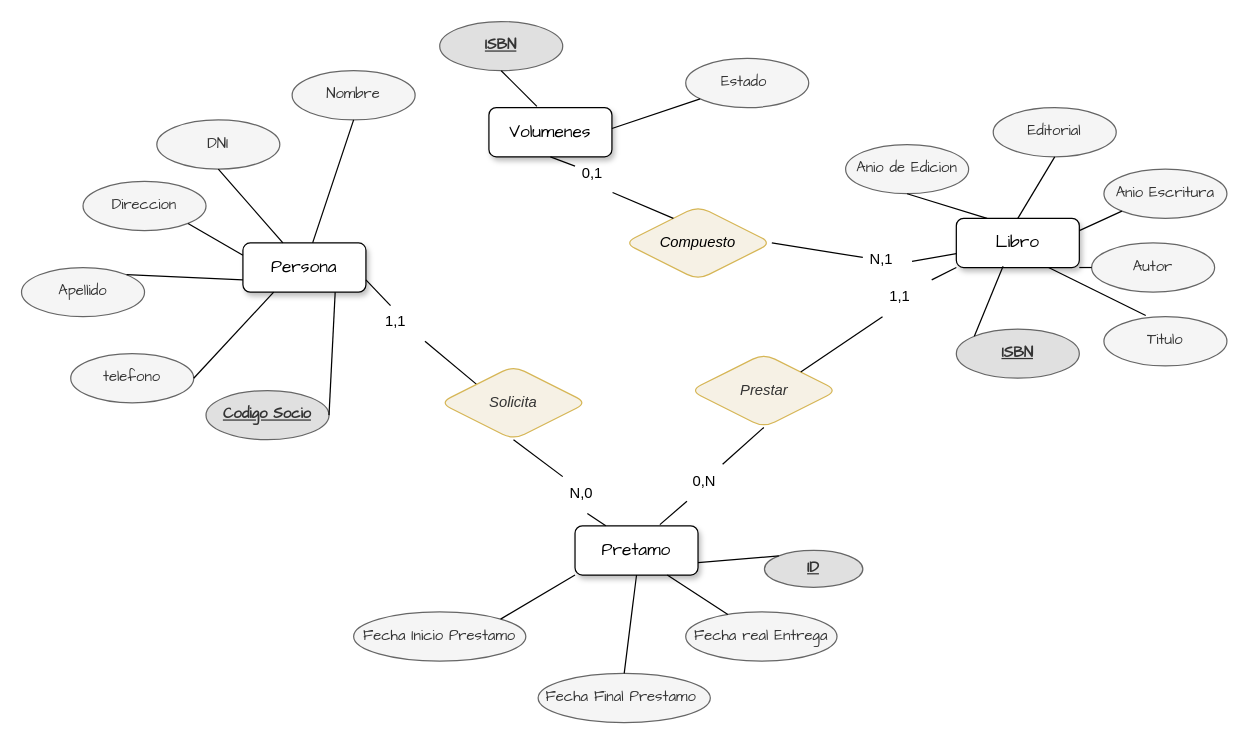
This is Actividad_01_C3_UD12.drawio from jordimall/jmg-tsys-ta12diagramasER-drawio-111023, a draw.io file, before an edit. Source tidied: cells renumbered, new cells numbered last; positions are measured from the earlier drawing's top-left corner, leaving out a move shared by most shapes. Both pictures are drawn from the tidied source at 123%, with x=0, y=0 at pixel (21, 21).
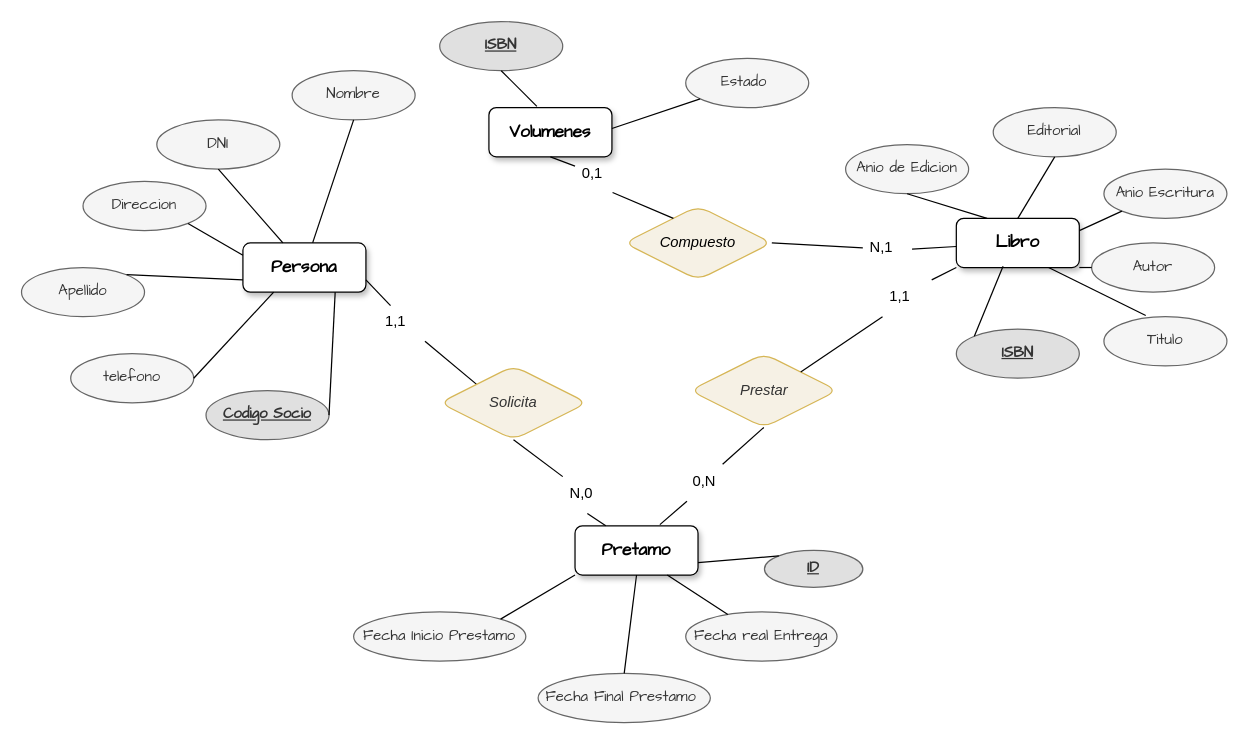
The same diagram, later.

The edit, as a diff of the source:
```diff
@@
-    <mxCell id="2" value="Persona" style="whiteSpace=wrap;html=1;align=center;fillStyle=auto;rounded=1;shadow=1;glass=0;strokeColor=default;labelBorderColor=none;labelBackgroundColor=none;fontSize=14;fontFamily=Comic Sans MS;" parent="1" vertex="1">
+    <mxCell id="2" value="Persona" style="whiteSpace=wrap;html=1;align=center;fillStyle=auto;rounded=1;shadow=1;glass=0;strokeColor=default;labelBorderColor=none;labelBackgroundColor=none;fontSize=14;fontFamily=Comic Sans MS;fontStyle=1;" parent="1" vertex="1">
       <mxGeometry x="180" y="180" width="100" height="40" as="geometry" />
     </mxCell>
-    <mxCell id="3" value="Libro" style="whiteSpace=wrap;html=1;align=center;rounded=1;shadow=1;labelBorderColor=none;labelBackgroundColor=none;fontSize=14;fontFamily=Comic Sans MS;" parent="1" vertex="1">
+    <mxCell id="3" value="Libro" style="whiteSpace=wrap;html=1;align=center;rounded=1;shadow=1;labelBorderColor=none;labelBackgroundColor=none;fontSize=14;fontFamily=Comic Sans MS;fontStyle=1;" parent="1" vertex="1">
       <mxGeometry x="760" y="160" width="100" height="40" as="geometry" />
     </mxCell>
-    <mxCell id="4" value="Pretamo" style="whiteSpace=wrap;html=1;align=center;rounded=1;shadow=1;labelBorderColor=none;labelBackgroundColor=none;fontSize=14;fontFamily=Comic Sans MS;" parent="1" vertex="1">
+    <mxCell id="4" value="Pretamo" style="whiteSpace=wrap;html=1;align=center;rounded=1;shadow=1;labelBorderColor=none;labelBackgroundColor=none;fontSize=14;fontFamily=Comic Sans MS;fontStyle=1;" parent="1" vertex="1">
       <mxGeometry x="450" y="410" width="100" height="40" as="geometry" />
     </mxCell>
@@
-    <mxCell id="44" value="Volumenes" style="whiteSpace=wrap;html=1;align=center;shadow=1;rounded=1;labelBorderColor=none;labelBackgroundColor=none;fontSize=14;fontFamily=Comic Sans MS;" parent="1" vertex="1">
+    <mxCell id="44" value="Volumenes" style="whiteSpace=wrap;html=1;align=center;shadow=1;rounded=1;labelBorderColor=none;labelBackgroundColor=none;fontSize=14;fontFamily=Comic Sans MS;fontStyle=1;" parent="1" vertex="1">
       <mxGeometry x="380" y="70" width="100" height="40" as="geometry" />
     </mxCell>
@@
     <mxCell id="54" value="N,1" style="text;strokeColor=none;fillColor=none;spacingLeft=4;spacingRight=4;overflow=hidden;points=[[0,0.5],[1,0.5]];portConstraint=eastwest;fontSize=12;whiteSpace=wrap;html=1;rounded=1;" parent="1" vertex="1">
-      <mxGeometry x="684" y="180" width="40" height="30" as="geometry" />
+      <mxGeometry x="684" y="170" width="40" height="30" as="geometry" />
     </mxCell>
```
